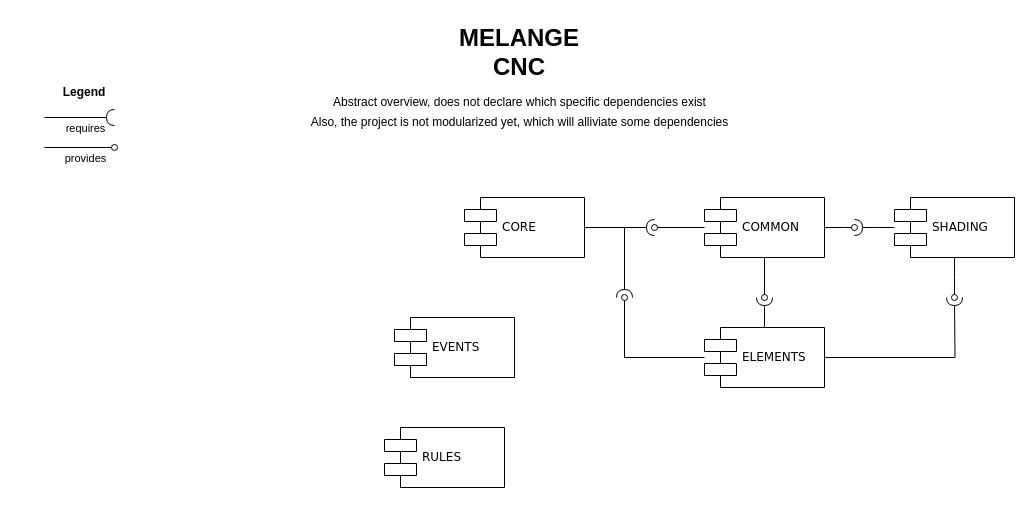
This is documentation/melange-modules-cnc.drawio from GustavBW/MELANGE, a draw.io file, before an edit. Source tidied: cells renumbered, new cells numbered last; positions are measured from the earlier drawing's top-left corner, leaving out a move shared by most shapes. Both pictures are drawn from the tidied source at 100%, with x=0, y=0 at pixel (44, 17).
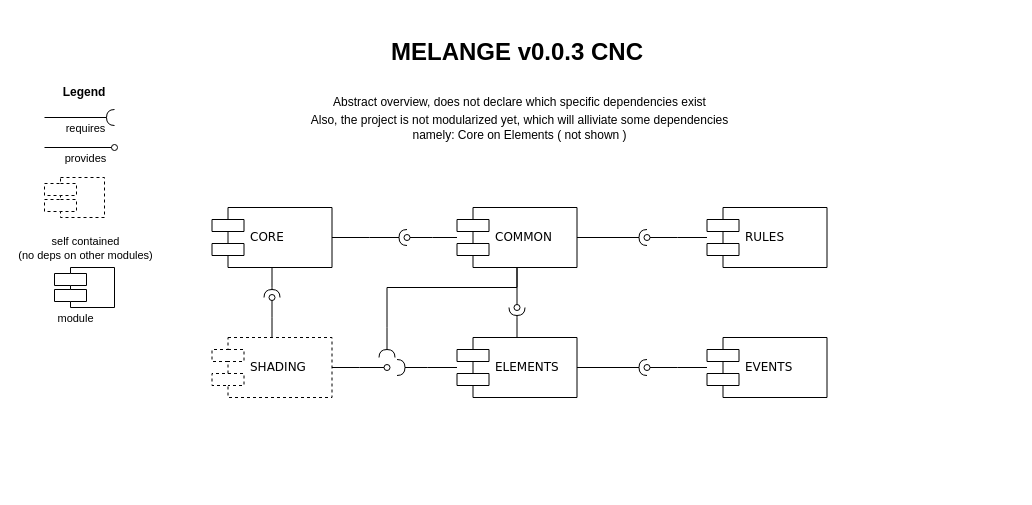
Above is the later version.

The change refers to these unchanged cells:
```xml
<mxCell id="21" style="edgeStyle=orthogonalEdgeStyle;rounded=0;orthogonalLoop=1;jettySize=auto;html=1;endArrow=oval;endFill=0;" parent="1" edge="1">
  <mxGeometry relative="1" as="geometry">
    <mxPoint y="130" as="sourcePoint" />
    <mxPoint x="70" y="130" as="targetPoint" />
    <Array as="points">
      <mxPoint x="70" y="130" />
      <mxPoint x="70" y="130" />
    </Array>
  </mxGeometry>
</mxCell>
```

Diff of the diagram source:
```diff
@@
-    <mxCell id="2" style="edgeStyle=orthogonalEdgeStyle;rounded=0;jettySize=auto;html=1;endArrow=halfCircle;endFill=0;" parent="1" edge="1" source="4">
-      <mxGeometry relative="1" as="geometry">
-        <mxPoint x="610" y="210" as="targetPoint" />
-      </mxGeometry>
-    </mxCell>
-    <mxCell id="3" style="edgeStyle=orthogonalEdgeStyle;rounded=0;jettySize=auto;html=1;endArrow=halfCircle;endFill=0;" parent="1" edge="1" source="4">
-      <mxGeometry relative="1" as="geometry">
-        <mxPoint x="580" y="280" as="targetPoint" />
-        <Array as="points">
-          <mxPoint x="580" y="210" />
-          <mxPoint x="580" y="280" />
-        </Array>
-      </mxGeometry>
-    </mxCell>
+    <mxCell id="26" style="edgeStyle=orthogonalEdgeStyle;rounded=0;jettySize=auto;html=1;endArrow=halfCircle;endFill=0;" parent="1" edge="1" source="4">
+      <mxGeometry relative="1" as="geometry">
+        <mxPoint x="227.5" y="280" as="targetPoint" />
+      </mxGeometry>
+    </mxCell>
+    <mxCell id="27" style="edgeStyle=orthogonalEdgeStyle;rounded=0;jettySize=auto;html=1;endArrow=halfCircle;endFill=0;" parent="1" edge="1" source="4">
+      <mxGeometry relative="1" as="geometry">
+        <mxPoint x="362.5" y="220" as="targetPoint" />
+      </mxGeometry>
+    </mxCell>
     <mxCell id="4" value="CORE" style="shape=component;align=left;spacingLeft=36;rounded=0;shadow=0;comic=0;labelBackgroundColor=none;strokeWidth=1;fontFamily=Verdana;fontSize=12;html=1;" parent="1" vertex="1">
-      <mxGeometry x="420" y="180" width="120" height="60" as="geometry" />
+      <mxGeometry x="167.5" y="190" width="120" height="60" as="geometry" />
     </mxCell>
+    <mxCell id="28" style="edgeStyle=orthogonalEdgeStyle;rounded=0;jettySize=auto;html=1;endArrow=oval;endFill=0;" parent="1" edge="1" source="5">
+      <mxGeometry relative="1" as="geometry">
+        <mxPoint x="602.5" y="220" as="targetPoint" />
+      </mxGeometry>
+    </mxCell>
     <mxCell id="5" value="RULES" style="shape=component;align=left;spacingLeft=36;rounded=0;shadow=0;comic=0;labelBackgroundColor=none;strokeWidth=1;fontFamily=Verdana;fontSize=12;html=1;" parent="1" vertex="1">
-      <mxGeometry x="340" y="410" width="120" height="60" as="geometry" />
+      <mxGeometry x="662.5" y="190" width="120" height="60" as="geometry" />
     </mxCell>
-    <mxCell id="6" style="edgeStyle=orthogonalEdgeStyle;rounded=0;jettySize=auto;html=1;endArrow=oval;endFill=0;" parent="1" edge="1" source="9">
-      <mxGeometry relative="1" as="geometry">
-        <mxPoint x="610" y="210" as="targetPoint" />
-      </mxGeometry>
-    </mxCell>
     <mxCell id="7" style="edgeStyle=orthogonalEdgeStyle;rounded=0;jettySize=auto;html=1;endArrow=oval;endFill=0;" parent="1" edge="1" source="9">
       <mxGeometry relative="1" as="geometry">
-        <mxPoint x="720" y="280" as="targetPoint" />
+        <mxPoint x="472.5" y="290" as="targetPoint" />
       </mxGeometry>
     </mxCell>
-    <mxCell id="8" style="edgeStyle=orthogonalEdgeStyle;rounded=0;jettySize=auto;html=1;endArrow=oval;endFill=0;" parent="1" edge="1" source="9">
-      <mxGeometry relative="1" as="geometry">
-        <mxPoint x="810" y="210" as="targetPoint" />
-      </mxGeometry>
-    </mxCell>
+    <mxCell id="29" style="edgeStyle=orthogonalEdgeStyle;rounded=0;jettySize=auto;html=1;endArrow=oval;endFill=0;" parent="1" edge="1" source="9">
+      <mxGeometry relative="1" as="geometry">
+        <mxPoint x="362.5" y="220" as="targetPoint" />
+      </mxGeometry>
+    </mxCell>
+    <mxCell id="30" style="edgeStyle=orthogonalEdgeStyle;rounded=0;jettySize=auto;html=1;endArrow=halfCircle;endFill=0;" parent="1" edge="1" source="9">
+      <mxGeometry relative="1" as="geometry">
+        <mxPoint x="342.5" y="340" as="targetPoint" />
+        <Array as="points">
+          <mxPoint x="472.5" y="270" />
+          <mxPoint x="342.5" y="270" />
+          <mxPoint x="342.5" y="310" />
+        </Array>
+      </mxGeometry>
+    </mxCell>
+    <mxCell id="31" style="edgeStyle=orthogonalEdgeStyle;rounded=0;jettySize=auto;html=1;endArrow=halfCircle;endFill=0;" parent="1" edge="1" source="9">
+      <mxGeometry relative="1" as="geometry">
+        <mxPoint x="602.5" y="220" as="targetPoint" />
+      </mxGeometry>
+    </mxCell>
     <mxCell id="9" value="COMMON" style="shape=component;align=left;spacingLeft=36;rounded=0;shadow=0;comic=0;labelBackgroundColor=none;strokeWidth=1;fontFamily=Verdana;fontSize=12;html=1;" parent="1" vertex="1">
-      <mxGeometry x="660" y="180" width="120" height="60" as="geometry" />
+      <mxGeometry x="412.5" y="190" width="120" height="60" as="geometry" />
     </mxCell>
-    <mxCell id="10" style="edgeStyle=orthogonalEdgeStyle;rounded=0;jettySize=auto;html=1;endArrow=oval;endFill=0;" parent="1" edge="1" source="13">
-      <mxGeometry relative="1" as="geometry">
-        <mxPoint x="580" y="280" as="targetPoint" />
-        <Array as="points">
-          <mxPoint x="580" y="340" />
-          <mxPoint x="580" y="280" />
-        </Array>
-      </mxGeometry>
-    </mxCell>
     <mxCell id="11" style="edgeStyle=orthogonalEdgeStyle;rounded=0;jettySize=auto;html=1;endArrow=halfCircle;endFill=0;" parent="1" edge="1" source="13">
       <mxGeometry relative="1" as="geometry">
-        <mxPoint x="720" y="280" as="targetPoint" />
+        <mxPoint x="472.5" y="290" as="targetPoint" />
       </mxGeometry>
     </mxCell>
-    <mxCell id="12" style="edgeStyle=orthogonalEdgeStyle;rounded=0;jettySize=auto;html=1;endArrow=halfCircle;endFill=0;" parent="1" edge="1" source="13">
-      <mxGeometry relative="1" as="geometry">
-        <mxPoint x="910" y="280" as="targetPoint" />
-      </mxGeometry>
-    </mxCell>
+    <mxCell id="32" style="edgeStyle=orthogonalEdgeStyle;rounded=0;jettySize=auto;html=1;endArrow=halfCircle;endFill=0;" parent="1" edge="1" source="13">
+      <mxGeometry relative="1" as="geometry">
+        <mxPoint x="352.5" y="350" as="targetPoint" />
+      </mxGeometry>
+    </mxCell>
+    <mxCell id="33" style="edgeStyle=orthogonalEdgeStyle;rounded=0;jettySize=auto;html=1;endArrow=halfCircle;endFill=0;" parent="1" edge="1" source="13">
+      <mxGeometry relative="1" as="geometry">
+        <mxPoint x="602.5" y="350" as="targetPoint" />
+      </mxGeometry>
+    </mxCell>
     <mxCell id="13" value="ELEMENTS" style="shape=component;align=left;spacingLeft=36;rounded=0;shadow=0;comic=0;labelBackgroundColor=none;strokeWidth=1;fontFamily=Verdana;fontSize=12;html=1;" parent="1" vertex="1">
-      <mxGeometry x="660" y="310" width="120" height="60" as="geometry" />
+      <mxGeometry x="412.5" y="320" width="120" height="60" as="geometry" />
     </mxCell>
+    <mxCell id="34" style="edgeStyle=orthogonalEdgeStyle;rounded=0;jettySize=auto;html=1;endArrow=oval;endFill=0;" parent="1" edge="1" source="14">
+      <mxGeometry relative="1" as="geometry">
+        <mxPoint x="602.5" y="350" as="targetPoint" />
+      </mxGeometry>
+    </mxCell>
     <mxCell id="14" value="EVENTS" style="shape=component;align=left;spacingLeft=36;rounded=0;shadow=0;comic=0;labelBackgroundColor=none;strokeWidth=1;fontFamily=Verdana;fontSize=12;html=1;" parent="1" vertex="1">
-      <mxGeometry x="350" y="300" width="120" height="60" as="geometry" />
+      <mxGeometry x="662.5" y="320" width="120" height="60" as="geometry" />
     </mxCell>
-    <mxCell id="15" style="edgeStyle=orthogonalEdgeStyle;rounded=0;jettySize=auto;html=1;endArrow=halfCircle;endFill=0;" parent="1" edge="1" source="17">
-      <mxGeometry relative="1" as="geometry">
-        <mxPoint x="810" y="210" as="targetPoint" />
-      </mxGeometry>
-    </mxCell>
-    <mxCell id="16" style="edgeStyle=orthogonalEdgeStyle;rounded=0;jettySize=auto;html=1;endArrow=oval;endFill=0;" parent="1" edge="1" source="17">
-      <mxGeometry relative="1" as="geometry">
-        <mxPoint x="910" y="280" as="targetPoint" />
-      </mxGeometry>
-    </mxCell>
+    <mxCell id="35" style="edgeStyle=orthogonalEdgeStyle;rounded=0;jettySize=auto;html=1;endArrow=oval;endFill=0;" parent="1" edge="1" source="17">
+      <mxGeometry relative="1" as="geometry">
+        <mxPoint x="227.5" y="280" as="targetPoint" />
+      </mxGeometry>
+    </mxCell>
+    <mxCell id="36" style="edgeStyle=orthogonalEdgeStyle;rounded=0;jettySize=auto;html=1;endArrow=oval;endFill=0;" parent="1" edge="1" source="17">
+      <mxGeometry relative="1" as="geometry">
+        <mxPoint x="342.5" y="350" as="targetPoint" />
+      </mxGeometry>
+    </mxCell>
-    <mxCell id="17" value="SHADING" style="shape=component;align=left;spacingLeft=36;rounded=0;shadow=0;comic=0;labelBackgroundColor=none;strokeWidth=1;fontFamily=Verdana;fontSize=12;html=1;" parent="1" vertex="1">
-      <mxGeometry x="850" y="180" width="120" height="60" as="geometry" />
+    <mxCell id="17" value="SHADING" style="shape=component;align=left;spacingLeft=36;rounded=0;shadow=0;comic=0;labelBackgroundColor=none;strokeWidth=1;fontFamily=Verdana;fontSize=12;html=1;dashed=1;" parent="1" vertex="1">
+      <mxGeometry x="167.5" y="320" width="120" height="60" as="geometry" />
     </mxCell>
@@
+    <mxCell id="37" value="self contained&lt;div&gt;(no deps on other modules)&lt;/div&gt;" style="edgeLabel;html=1;align=center;verticalAlign=middle;" parent="21" vertex="1">
+      <mxGeometry x="0.18" relative="1" as="geometry">
+        <mxPoint x="-1" y="100" as="offset" />
+      </mxGeometry>
+    </mxCell>
+    <mxCell id="38" value="module" style="edgeLabel;html=1;align=center;verticalAlign=middle;" parent="21" vertex="1">
+      <mxGeometry x="0.18" relative="1" as="geometry">
+        <mxPoint x="-11" y="170" as="offset" />
+      </mxGeometry>
+    </mxCell>
-    <mxCell id="23" value="&lt;b&gt;&lt;font style=&quot;font-size: 24px;&quot;&gt;MELANGE CNC&lt;/font&gt;&lt;/b&gt;" style="text;html=1;strokeColor=none;fillColor=none;align=center;verticalAlign=middle;whiteSpace=wrap;rounded=0;" parent="1" vertex="1">
-      <mxGeometry x="390" width="170" height="70" as="geometry" />
+    <mxCell id="23" value="&lt;b&gt;&lt;font style=&quot;font-size: 24px;&quot;&gt;MELANGE v0.0.3 CNC&lt;/font&gt;&lt;/b&gt;" style="text;html=1;strokeColor=none;fillColor=none;align=center;verticalAlign=middle;whiteSpace=wrap;rounded=0;" parent="1" vertex="1">
+      <mxGeometry x="302.5" width="340" height="70" as="geometry" />
     </mxCell>
@@
-    <mxCell id="25" value="Also, the project is not modularized yet, which will alliviate some dependencies" style="text;html=1;align=center;verticalAlign=middle;strokeColor=none;fillColor=none;" parent="1" vertex="1">
-      <mxGeometry x="255" y="90" width="440" height="30" as="geometry" />
+    <mxCell id="25" value="Also, the project is not modularized yet, which will alliviate some dependencies&lt;div&gt;namely: Core on Elements ( not shown )&lt;/div&gt;" style="text;html=1;align=center;verticalAlign=middle;strokeColor=none;fillColor=none;" parent="1" vertex="1">
+      <mxGeometry x="255" y="90" width="440" height="40" as="geometry" />
     </mxCell>
+    <mxCell id="39" style="shape=component;align=left;spacingLeft=36;rounded=0;shadow=0;comic=0;labelBackgroundColor=none;strokeWidth=1;fontFamily=Verdana;fontSize=12;html=1;dashed=1;" parent="1" vertex="1">
+      <mxGeometry y="160" width="60" height="40" as="geometry" />
+    </mxCell>
+    <mxCell id="40" style="shape=component;align=left;spacingLeft=36;rounded=0;shadow=0;comic=0;labelBackgroundColor=none;strokeWidth=1;fontFamily=Verdana;fontSize=12;html=1;" parent="1" vertex="1">
+      <mxGeometry x="10" y="250" width="60" height="40" as="geometry" />
+    </mxCell>
```
